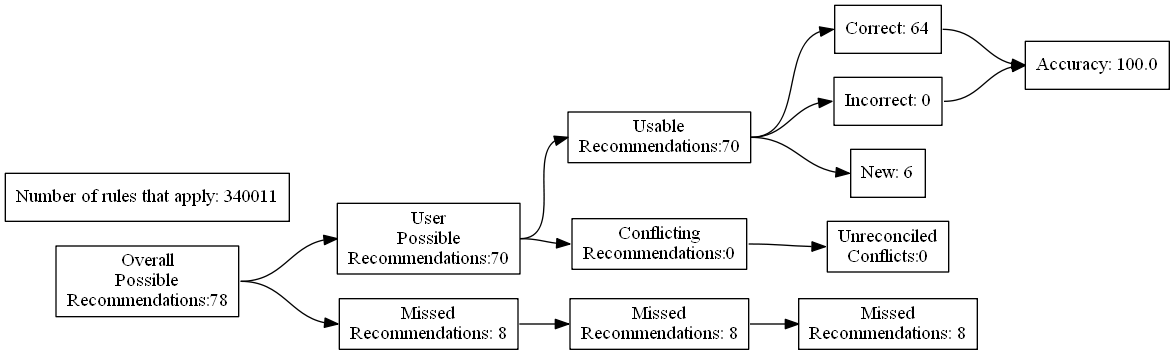
Earlier version of the Graphviz export test_renders/107.gv.png (ZaxR/ibd_diet_analysis). Its source is kept beside it as test_renders/107.gv.
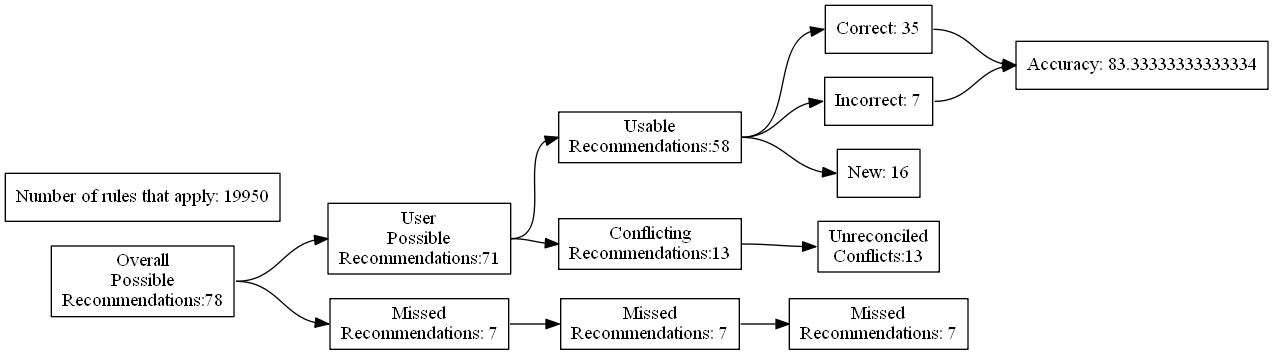
Later version of the same file.

Diff of the diagram source:
```diff
@@ -7,24 +7,24 @@
 Recommendations:78"]
 		B [label="User
 Possible
-Recommendations:70"]
+Recommendations:71"]
 		C [label="Missed
-Recommendations: 8"]
+Recommendations: 7"]
 		D [label="Usable
-Recommendations:70"]
+Recommendations:58"]
 		E [label="Conflicting
-Recommendations:0"]
+Recommendations:13"]
 		J [label="Missed
-Recommendations: 8"]
+Recommendations: 7"]
 		M [label="Unreconciled
-Conflicts:0"]
-		F [label="Correct: 64"]
-		G [label="Incorrect: 0"]
-		H [label="New: 6"]
+Conflicts:13"]
+		F [label="Correct: 35"]
+		G [label="Incorrect: 7"]
+		H [label="New: 16"]
 		K [label="Missed
-Recommendations: 8"]
-		I [label="Accuracy: 100.0"]
-		l [label="Number of rules that apply: 340011"]
+Recommendations: 7"]
+		I [label="Accuracy: 83.33333333333334"]
+		l [label="Number of rules that apply: 19950"]
 			A -> B
 			A -> C
 			B -> D
```
